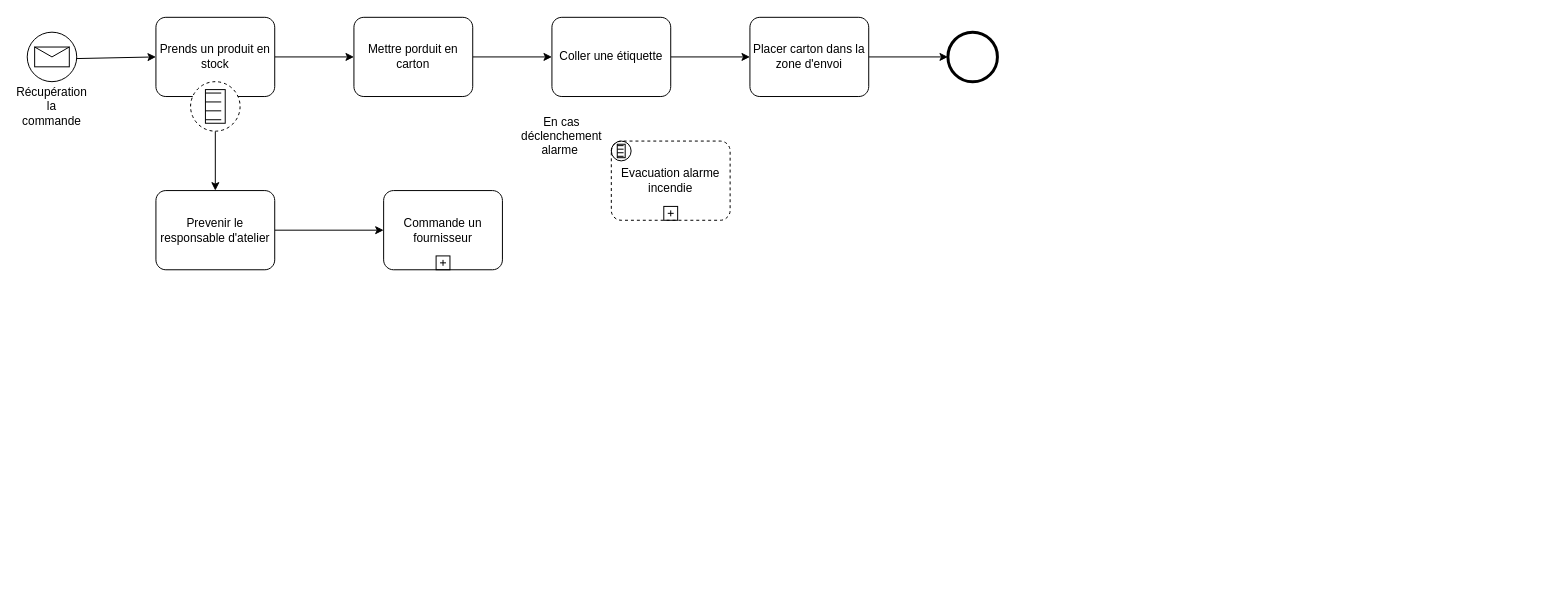
The draw.io diagram Annee2/S4/R4_D_10_management/modelisation_processus_metiers/BPMN_4/exercice8a.dio in MaxMontouro/BUT_Info, before the edit. Source tidied: cells renumbered, new cells numbered last; positions are measured from the earlier drawing's top-left corner, leaving out a move shared by most shapes. Both pictures are drawn from the tidied source at 99%, with x=0, y=0 at pixel (22, 17).
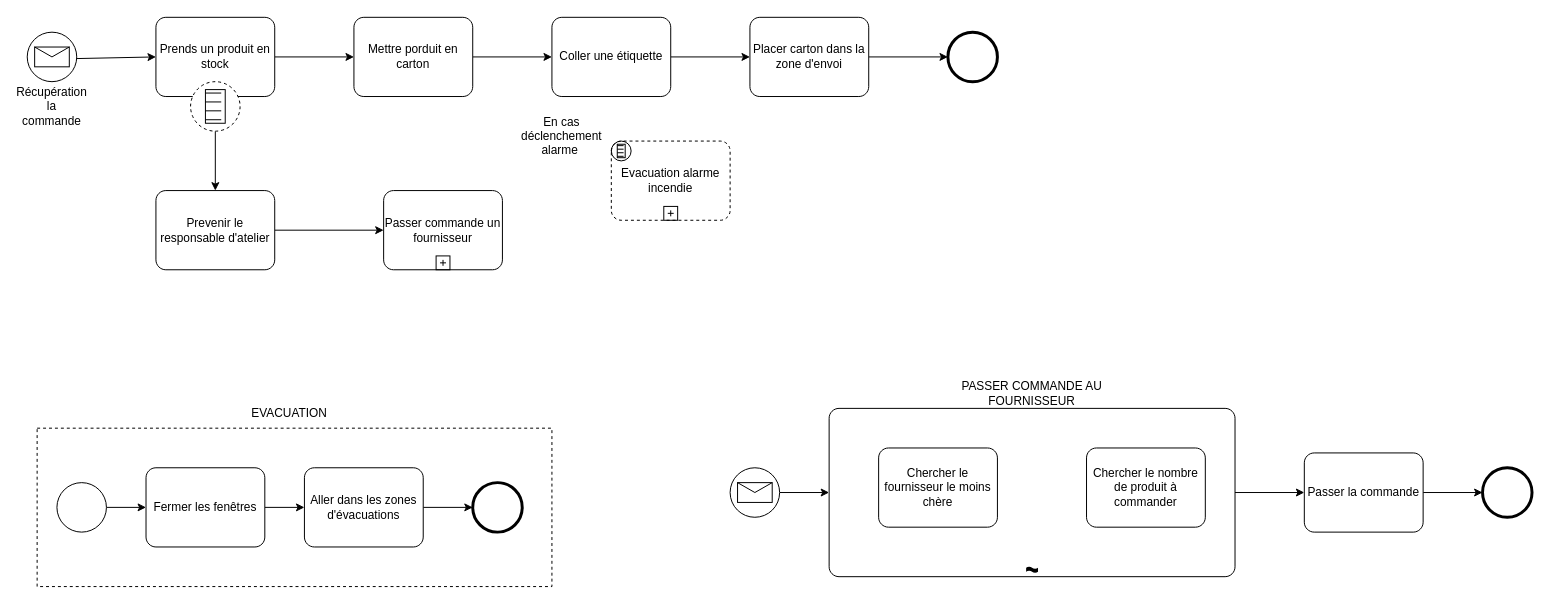
After the change.

Diff of the diagram source:
```diff
@@
-    <mxCell id="11" value="Commande un fournisseur" style="points=[[0.25,0,0],[0.5,0,0],[0.75,0,0],[1,0.25,0],[1,0.5,0],[1,0.75,0],[0.75,1,0],[0.5,1,0],[0.25,1,0],[0,0.75,0],[0,0.5,0],[0,0.25,0]];shape=mxgraph.bpmn.task;whiteSpace=wrap;rectStyle=rounded;size=10;html=1;taskMarker=abstract;isLoopSub=1;" parent="1" vertex="1">
+    <mxCell id="11" value="Passer commande un fournisseur" style="points=[[0.25,0,0],[0.5,0,0],[0.75,0,0],[1,0.25,0],[1,0.5,0],[1,0.75,0],[0.75,1,0],[0.5,1,0],[0.25,1,0],[0,0.75,0],[0,0.5,0],[0,0.25,0]];shape=mxgraph.bpmn.task;whiteSpace=wrap;rectStyle=rounded;size=10;html=1;taskMarker=abstract;isLoopSub=1;" parent="1" vertex="1">
       <mxGeometry x="365" y="175" width="120" height="80" as="geometry" />
     </mxCell>
@@
+    <mxCell id="21" style="shape=mxgraph.bpmn.task;arcSize=10;taskMarker=abstract;outline=none;symbol=general;bpmnShapeType=subprocess;isLoopSub=0;verticalAlign=top;align=left;spacingLeft=5;html=1;whiteSpace=wrap;" parent="1" vertex="1">
+      <mxGeometry x="15" y="415" width="520" height="160" as="geometry" />
+    </mxCell>
+    <mxCell id="22" style="edgeStyle=none;html=1;" parent="1" edge="1" source="23" target="26">
+      <mxGeometry relative="1" as="geometry" />
+    </mxCell>
+    <mxCell id="23" style="points=[[0.145,0.145,0],[0.5,0,0],[0.855,0.145,0],[1,0.5,0],[0.855,0.855,0],[0.5,1,0],[0.145,0.855,0],[0,0.5,0]];shape=mxgraph.bpmn.event;html=1;verticalLabelPosition=bottom;labelBackgroundColor=#ffffff;verticalAlign=top;align=center;perimeter=ellipsePerimeter;outlineConnect=0;outline=standard;symbol=general;" parent="1" vertex="1">
+      <mxGeometry x="35" y="470" width="50" height="50" as="geometry" />
+    </mxCell>
+    <mxCell id="24" style="points=[[0.145,0.145,0],[0.5,0,0],[0.855,0.145,0],[1,0.5,0],[0.855,0.855,0],[0.5,1,0],[0.145,0.855,0],[0,0.5,0]];shape=mxgraph.bpmn.event;html=1;verticalLabelPosition=bottom;labelBackgroundColor=#ffffff;verticalAlign=top;align=center;perimeter=ellipsePerimeter;outlineConnect=0;outline=end;symbol=terminate2;" parent="1" vertex="1">
+      <mxGeometry x="455" y="470" width="50" height="50" as="geometry" />
+    </mxCell>
+    <mxCell id="25" style="edgeStyle=none;html=1;" parent="1" edge="1" source="26" target="28">
+      <mxGeometry relative="1" as="geometry" />
+    </mxCell>
+    <mxCell id="26" value="Fermer les fenêtres" style="points=[[0.25,0,0],[0.5,0,0],[0.75,0,0],[1,0.25,0],[1,0.5,0],[1,0.75,0],[0.75,1,0],[0.5,1,0],[0.25,1,0],[0,0.75,0],[0,0.5,0],[0,0.25,0]];shape=mxgraph.bpmn.task;whiteSpace=wrap;rectStyle=rounded;size=10;html=1;taskMarker=abstract;" parent="1" vertex="1">
+      <mxGeometry x="125" y="455" width="120" height="80" as="geometry" />
+    </mxCell>
+    <mxCell id="27" style="edgeStyle=none;html=1;" parent="1" edge="1" source="28" target="24">
+      <mxGeometry relative="1" as="geometry" />
+    </mxCell>
+    <mxCell id="28" value="Aller dans les zones d'évacuations" style="points=[[0.25,0,0],[0.5,0,0],[0.75,0,0],[1,0.25,0],[1,0.5,0],[1,0.75,0],[0.75,1,0],[0.5,1,0],[0.25,1,0],[0,0.75,0],[0,0.5,0],[0,0.25,0]];shape=mxgraph.bpmn.task;whiteSpace=wrap;rectStyle=rounded;size=10;html=1;taskMarker=abstract;" parent="1" vertex="1">
+      <mxGeometry x="285" y="455" width="120" height="80" as="geometry" />
+    </mxCell>
+    <mxCell id="29" value="EVACUATION" style="text;html=1;strokeColor=none;fillColor=none;align=center;verticalAlign=middle;whiteSpace=wrap;rounded=0;" parent="1" vertex="1">
+      <mxGeometry x="155" y="365" width="230" height="70" as="geometry" />
+    </mxCell>
+    <mxCell id="30" value="PASSER COMMANDE AU FOURNISSEUR" style="text;html=1;strokeColor=none;fillColor=none;align=center;verticalAlign=middle;whiteSpace=wrap;rounded=0;" parent="1" vertex="1">
+      <mxGeometry x="905" y="345" width="230" height="70" as="geometry" />
+    </mxCell>
+    <mxCell id="31" style="edgeStyle=none;html=1;" parent="1" edge="1" source="32" target="38">
+      <mxGeometry relative="1" as="geometry" />
+    </mxCell>
+    <mxCell id="32" style="points=[[0.25,0,0],[0.5,0,0],[0.75,0,0],[1,0.25,0],[1,0.5,0],[1,0.75,0],[0.75,1,0],[0.5,1,0],[0.25,1,0],[0,0.75,0],[0,0.5,0],[0,0.25,0]];shape=mxgraph.bpmn.task;whiteSpace=wrap;rectStyle=rounded;size=10;html=1;taskMarker=abstract;isAdHoc=1;" parent="1" vertex="1">
+      <mxGeometry x="815" y="395" width="410" height="170" as="geometry" />
+    </mxCell>
+    <mxCell id="33" style="edgeStyle=none;html=1;" parent="1" edge="1" source="34" target="32">
+      <mxGeometry relative="1" as="geometry" />
+    </mxCell>
+    <mxCell id="34" style="points=[[0.145,0.145,0],[0.5,0,0],[0.855,0.145,0],[1,0.5,0],[0.855,0.855,0],[0.5,1,0],[0.145,0.855,0],[0,0.5,0]];shape=mxgraph.bpmn.event;html=1;verticalLabelPosition=bottom;labelBackgroundColor=#ffffff;verticalAlign=top;align=center;perimeter=ellipsePerimeter;outlineConnect=0;outline=standard;symbol=message;" parent="1" vertex="1">
+      <mxGeometry x="715" y="455" width="50" height="50" as="geometry" />
+    </mxCell>
+    <mxCell id="35" value="Chercher le fournisseur le moins chère" style="shape=mxgraph.bpmn.task;whiteSpace=wrap;rectStyle=rounded;size=10;html=1;taskMarker=abstract;" parent="1" vertex="1">
+      <mxGeometry x="865" y="435" width="120" height="80" as="geometry" />
+    </mxCell>
+    <mxCell id="36" value="Chercher le nombre de produit à commander" style="shape=mxgraph.bpmn.task;whiteSpace=wrap;rectStyle=rounded;size=10;html=1;taskMarker=abstract;" parent="1" vertex="1">
+      <mxGeometry x="1075" y="435" width="120" height="80" as="geometry" />
+    </mxCell>
+    <mxCell id="37" style="edgeStyle=none;html=1;" parent="1" edge="1" source="38" target="39">
+      <mxGeometry relative="1" as="geometry" />
+    </mxCell>
+    <mxCell id="38" value="Passer la commande" style="points=[[0.25,0,0],[0.5,0,0],[0.75,0,0],[1,0.25,0],[1,0.5,0],[1,0.75,0],[0.75,1,0],[0.5,1,0],[0.25,1,0],[0,0.75,0],[0,0.5,0],[0,0.25,0]];shape=mxgraph.bpmn.task;whiteSpace=wrap;rectStyle=rounded;size=10;html=1;taskMarker=abstract;" parent="1" vertex="1">
+      <mxGeometry x="1295" y="440" width="120" height="80" as="geometry" />
+    </mxCell>
+    <mxCell id="39" style="points=[[0.145,0.145,0],[0.5,0,0],[0.855,0.145,0],[1,0.5,0],[0.855,0.855,0],[0.5,1,0],[0.145,0.855,0],[0,0.5,0]];shape=mxgraph.bpmn.event;html=1;verticalLabelPosition=bottom;labelBackgroundColor=#ffffff;verticalAlign=top;align=center;perimeter=ellipsePerimeter;outlineConnect=0;outline=end;symbol=terminate2;" parent="1" vertex="1">
+      <mxGeometry x="1475" y="455" width="50" height="50" as="geometry" />
+    </mxCell>
```
